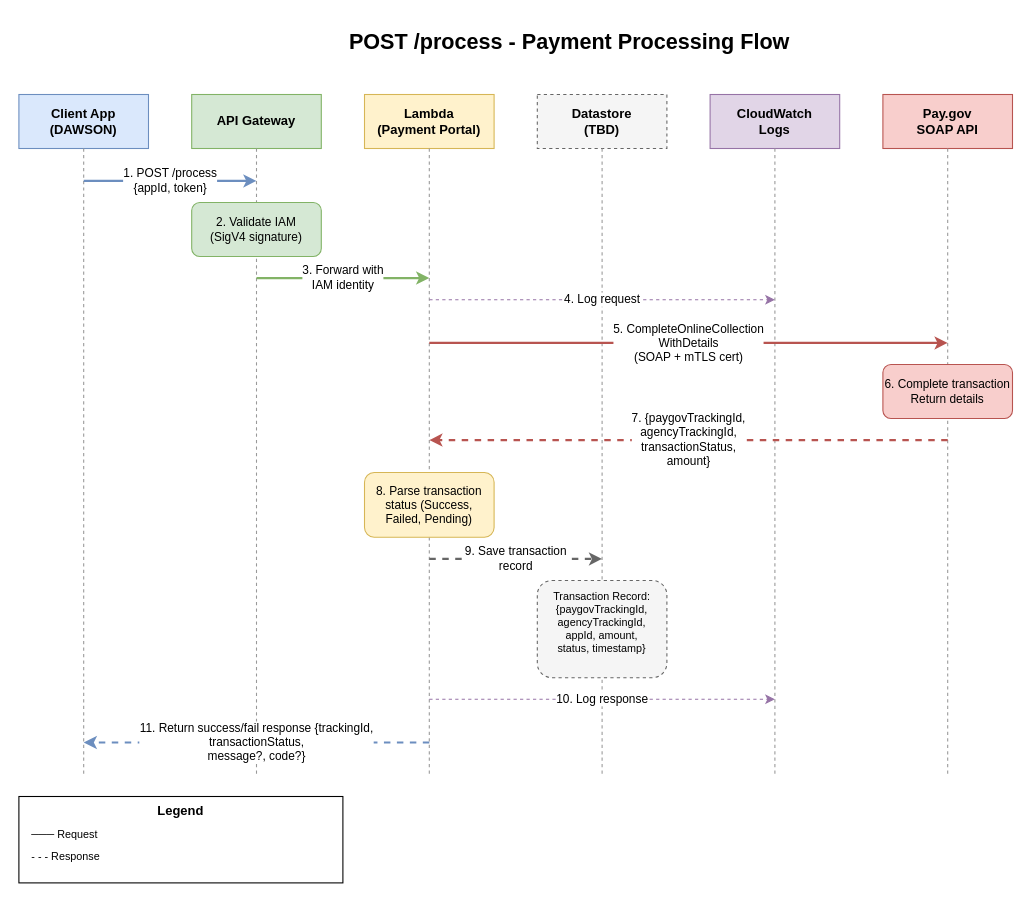
Above: docs/diagrams/process-payment-flow.drawio in ustaxcourt/ustc-payment-portal (draw.io), before the change. Source tidied: cells renumbered, new cells numbered last; positions are measured from the earlier drawing's top-left corner, leaving out a move shared by most shapes. Both pictures are drawn from the tidied source at 108%, with x=0, y=0 at pixel (18, 18).
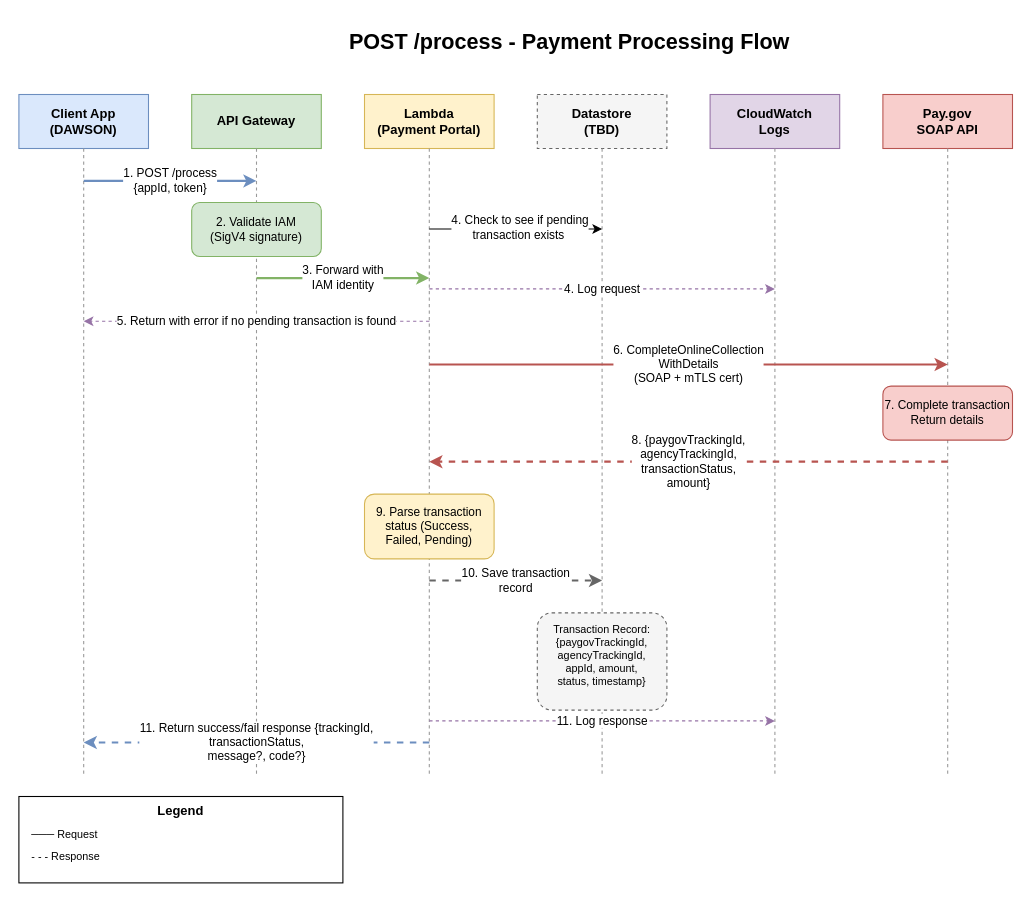
After the change.

Commit message (it also covers changes not shown here):
Adds another question, updates process-payment-flow drawio to cover case where use tries to process a transaction that does not exist

Diff of the diagram source:
```diff
@@
     <mxCell id="18" value="4. Log request" style="edgeStyle=orthogonalEdgeStyle;rounded=0;orthogonalLoop=1;jettySize=auto;html=1;strokeWidth=1;dashed=1;strokeColor=#9673a6;" parent="1" edge="1">
       <mxGeometry relative="1" as="geometry">
-        <mxPoint x="380" y="260" as="sourcePoint" />
-        <mxPoint x="700" y="260" as="targetPoint" />
+        <mxPoint x="380" y="250" as="sourcePoint" />
+        <mxPoint x="700" y="250" as="targetPoint" />
       </mxGeometry>
     </mxCell>
-    <mxCell id="19" value="5. CompleteOnlineCollection&#10;WithDetails&#10;(SOAP + mTLS cert)" style="edgeStyle=orthogonalEdgeStyle;rounded=0;orthogonalLoop=1;jettySize=auto;html=1;strokeWidth=2;fillColor=#f8cecc;strokeColor=#b85450;" parent="1" edge="1">
+    <mxCell id="19" value="6. CompleteOnlineCollection&lt;br&gt;WithDetails&lt;br&gt;(SOAP + mTLS cert)" style="edgeStyle=orthogonalEdgeStyle;rounded=0;orthogonalLoop=1;jettySize=auto;html=1;strokeWidth=2;fillColor=#f8cecc;strokeColor=#b85450;" parent="1" edge="1">
       <mxGeometry relative="1" as="geometry">
-        <mxPoint x="380" y="300" as="sourcePoint" />
-        <mxPoint x="860" y="300" as="targetPoint" />
+        <mxPoint x="380" y="320" as="sourcePoint" />
+        <mxPoint x="860" y="320" as="targetPoint" />
       </mxGeometry>
     </mxCell>
-    <mxCell id="20" value="6. Complete transaction&#10;Return details" style="rounded=1;whiteSpace=wrap;html=1;fillColor=#f8cecc;strokeColor=#b85450;fontSize=11;" parent="1" vertex="1">
-      <mxGeometry x="800" y="320" width="120" height="50" as="geometry" />
+    <mxCell id="20" value="7. Complete transaction&lt;br&gt;Return details" style="rounded=1;whiteSpace=wrap;html=1;fillColor=#f8cecc;strokeColor=#b85450;fontSize=11;" parent="1" vertex="1">
+      <mxGeometry x="800" y="340" width="120" height="50" as="geometry" />
     </mxCell>
-    <mxCell id="21" value="7. {paygovTrackingId,&#10;agencyTrackingId,&#10;transactionStatus,&#10;amount}" style="edgeStyle=orthogonalEdgeStyle;rounded=0;orthogonalLoop=1;jettySize=auto;html=1;strokeWidth=2;dashed=1;strokeColor=#b85450;" parent="1" edge="1">
+    <mxCell id="21" value="8. {paygovTrackingId,&lt;br&gt;agencyTrackingId,&lt;br&gt;transactionStatus,&lt;br&gt;amount}" style="edgeStyle=orthogonalEdgeStyle;rounded=0;orthogonalLoop=1;jettySize=auto;html=1;strokeWidth=2;dashed=1;strokeColor=#b85450;" parent="1" edge="1">
       <mxGeometry relative="1" as="geometry">
-        <mxPoint x="860" y="390" as="sourcePoint" />
-        <mxPoint x="380" y="390" as="targetPoint" />
+        <mxPoint x="860" y="410" as="sourcePoint" />
+        <mxPoint x="380" y="410" as="targetPoint" />
       </mxGeometry>
     </mxCell>
-    <mxCell id="22" value="8. Parse transaction&#10;status (Success,&#10;Failed, Pending)" style="rounded=1;whiteSpace=wrap;html=1;fillColor=#fff2cc;strokeColor=#d6b656;fontSize=11;" parent="1" vertex="1">
-      <mxGeometry x="320" y="420" width="120" height="60" as="geometry" />
+    <mxCell id="22" value="9. Parse transaction&lt;br&gt;status (Success,&lt;br&gt;Failed, Pending)" style="rounded=1;whiteSpace=wrap;html=1;fillColor=#fff2cc;strokeColor=#d6b656;fontSize=11;" parent="1" vertex="1">
+      <mxGeometry x="320" y="440" width="120" height="60" as="geometry" />
     </mxCell>
-    <mxCell id="23" value="9. Save transaction&lt;br&gt;record" style="edgeStyle=orthogonalEdgeStyle;rounded=0;orthogonalLoop=1;jettySize=auto;html=1;strokeWidth=2;dashed=1;strokeColor=#666666;" parent="1" edge="1">
+    <mxCell id="23" value="10. Save transaction&lt;br&gt;record" style="edgeStyle=orthogonalEdgeStyle;rounded=0;orthogonalLoop=1;jettySize=auto;html=1;strokeWidth=2;dashed=1;strokeColor=#666666;" parent="1" edge="1">
       <mxGeometry relative="1" as="geometry">
-        <mxPoint x="380" y="500" as="sourcePoint" />
-        <mxPoint x="540" y="500" as="targetPoint" />
+        <mxPoint x="380" y="520" as="sourcePoint" />
+        <mxPoint x="540" y="520" as="targetPoint" />
       </mxGeometry>
     </mxCell>
     <mxCell id="24" value="Transaction Record:&lt;br&gt;{paygovTrackingId,&lt;br&gt;agencyTrackingId,&lt;br&gt;appId, amount,&lt;br&gt;status, timestamp}&lt;div&gt;&lt;br/&gt;&lt;/div&gt;" style="rounded=1;whiteSpace=wrap;html=1;fillColor=#f5f5f5;strokeColor=#666666;fontSize=10;dashed=1;" parent="1" vertex="1">
-      <mxGeometry x="480" y="520" width="120" height="90" as="geometry" />
+      <mxGeometry x="480" y="550" width="120" height="90" as="geometry" />
     </mxCell>
-    <mxCell id="25" value="10. Log response" style="edgeStyle=orthogonalEdgeStyle;rounded=0;orthogonalLoop=1;jettySize=auto;html=1;strokeWidth=1;dashed=1;strokeColor=#9673a6;" parent="1" edge="1">
+    <mxCell id="25" value="11. Log response" style="edgeStyle=orthogonalEdgeStyle;rounded=0;orthogonalLoop=1;jettySize=auto;html=1;strokeWidth=1;dashed=1;strokeColor=#9673a6;" parent="1" edge="1">
       <mxGeometry relative="1" as="geometry">
-        <mxPoint x="380" y="630" as="sourcePoint" />
-        <mxPoint x="700" y="630" as="targetPoint" />
+        <mxPoint x="380" y="650" as="sourcePoint" />
+        <mxPoint x="700" y="650" as="targetPoint" />
       </mxGeometry>
     </mxCell>
@@
+    <mxCell id="30" style="endArrow=classic;html=1;" parent="1" edge="1">
+      <mxGeometry relative="1" as="geometry">
+        <mxPoint x="380" y="194.5" as="sourcePoint" />
+        <mxPoint x="540" y="194.5" as="targetPoint" />
+      </mxGeometry>
+    </mxCell>
+    <mxCell id="31" value="4. Check to see if pending&lt;div&gt;transaction exists&amp;nbsp;&lt;/div&gt;" style="edgeLabel;html=1;align=center;verticalAlign=middle;" parent="30" vertex="1">
+      <mxGeometry x="0.04" y="3" relative="1" as="geometry">
+        <mxPoint y="1" as="offset" />
+      </mxGeometry>
+    </mxCell>
+    <mxCell id="32" value="5. Return with error if no pending transaction is found" style="edgeStyle=orthogonalEdgeStyle;rounded=0;orthogonalLoop=1;jettySize=auto;html=1;strokeWidth=1;dashed=1;strokeColor=#9673a6;" parent="1" edge="1">
+      <mxGeometry relative="1" as="geometry">
+        <mxPoint x="380" y="280" as="sourcePoint" />
+        <mxPoint x="60" y="280" as="targetPoint" />
+      </mxGeometry>
+    </mxCell>
```
